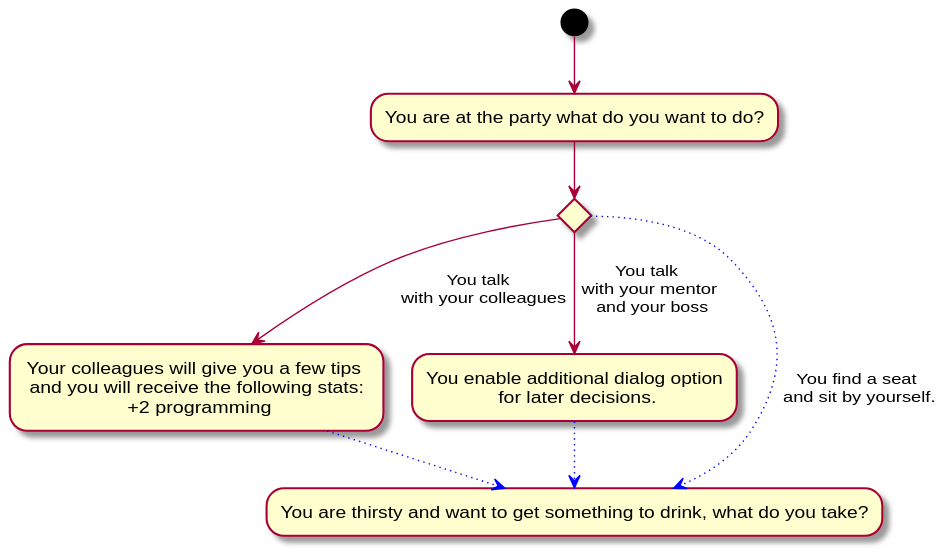
Above: Docs/Technical Specifications/docs/diagrams/StoryFlow/StoryFlow_Decision_7.svg in Brotenko/QualityQuest (PlantUML), before the change. Its diagram source:
```plantuml
@startuml
(*) --> "You are at the party what do you want to do?"
if "" then
--> [You talk \n with your colleagues] "Your colleagues will give you a few tips \n and you will receive the following stats: \n +2 programming" as tipps
else
--> [You talk \n with your mentor \n and your boss] "You enable additional dialog option\n for later decisions." as ent

else
-[#blue,dotted]-> [You find a seat\n and sit by yourself.] "You are thirsty and want to get something to drink, what do you take?" as alc
tipps -[#blue,dotted]-> alc
ent -[#blue,dotted]-> alc


endif
@enduml
```
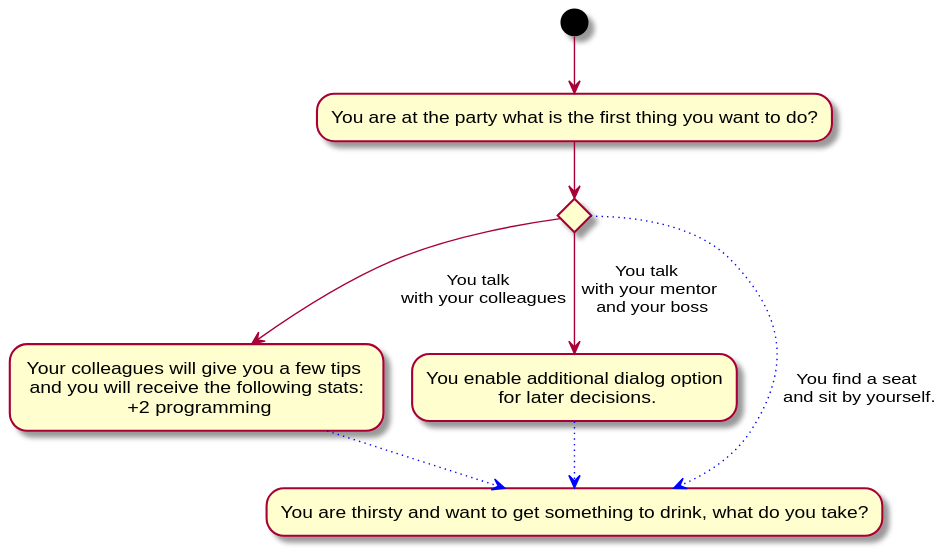
Above is the later version.

Change to the diagram source:
```diff
@@ -1,5 +1,5 @@
 @startuml
-(*) --> "You are at the party what do you want to do?"
+(*) --> "You are at the party what is the first thing you want to do?"
 if "" then
 --> [You talk \n with your colleagues] "Your colleagues will give you a few tips \n and you will receive the following stats: \n +2 programming" as tipps
 else
```
